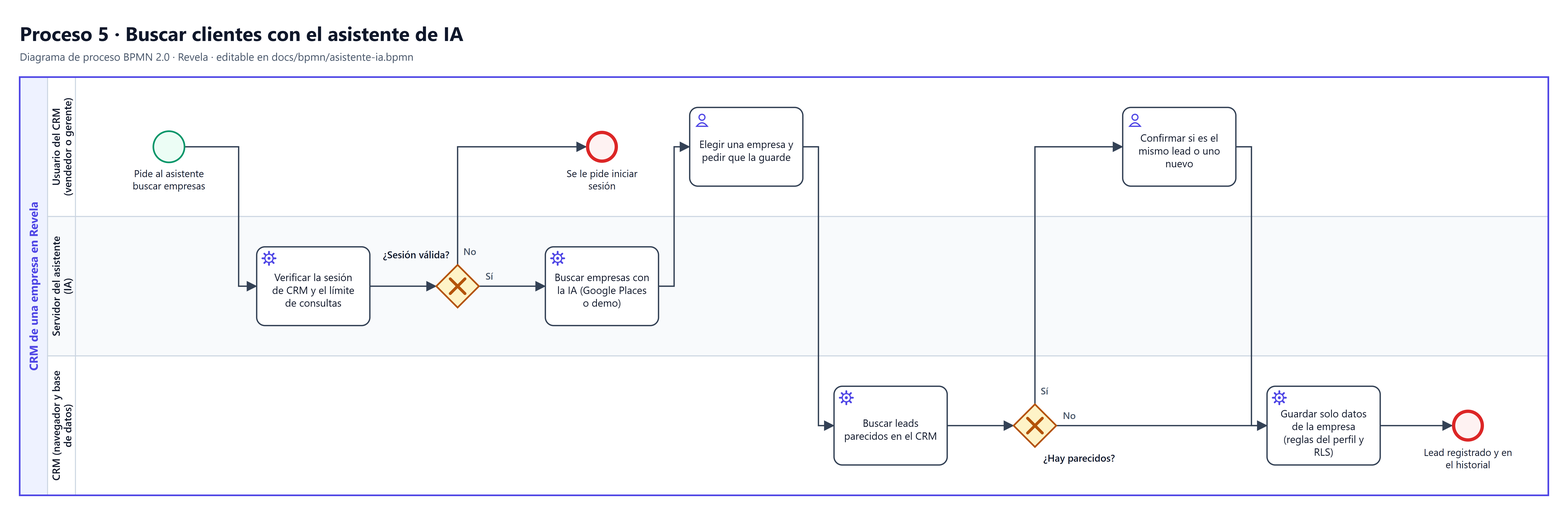
The BPMN diagram docs/bpmn/asistente-ia.png in YairCosta/CAPSTONE_003D, before a commit. Its source is kept beside it as docs/bpmn/asistente-ia.bpmn. Ids are renumbered.
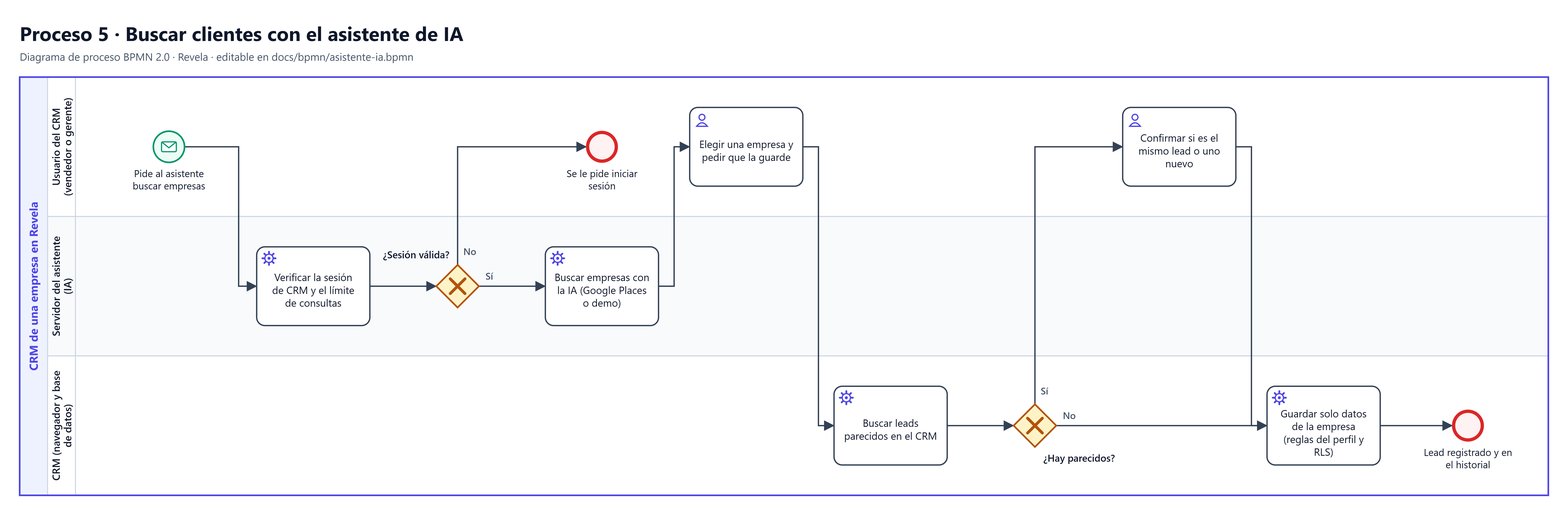
After the commit.

What changed in the source:
```diff
@@ -25,6 +25,7 @@
     </bpmn:laneSet>
     <bpmn:startEvent id="Nodo_pide" name="Pide al asistente buscar empresas">
       <bpmn:outgoing>Flujo_1</bpmn:outgoing>
+      <bpmn:messageEventDefinition id="Mensaje_pide" />
     </bpmn:startEvent>
     <bpmn:serviceTask id="Nodo_verificar" name="Verificar la sesión de CRM y el límite de consultas">
       <bpmn:incoming>Flujo_1</bpmn:incoming>
```
